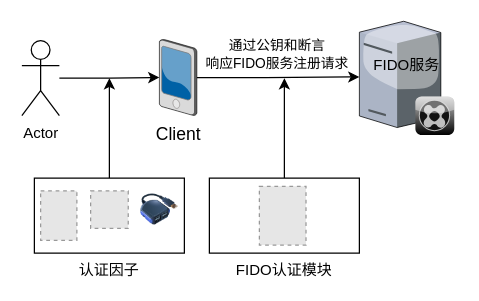
mobof/Koal keeps this draw.io diagram as FIDO认证架构视图.drawio. Above is the earlier version. Source tidied: cells renumbered, new cells numbered last; positions are measured from the earlier drawing's top-left corner, leaving out a move shared by most shapes. Both pictures are drawn from the tidied source at 125%, with x=0, y=0 at pixel (21, 20). Pictures stored in the file or linked from it are replaced by grey dashed boxes.
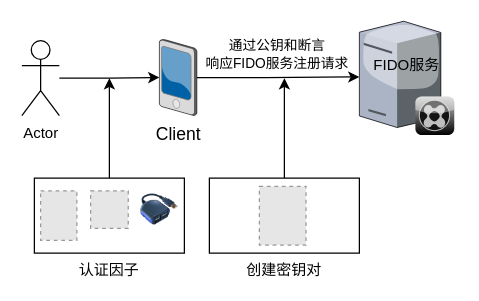
The same diagram, later.

Commit message (it also covers changes not shown here):
Update FIDO认证架构视图.drawio

The edit, as a diff of the source:
```diff
@@
-    <mxCell id="15" value="FIDO认证模块" style="rounded=0;whiteSpace=wrap;html=1;labelPosition=center;verticalLabelPosition=bottom;align=center;verticalAlign=top;" parent="1" vertex="1">
+    <mxCell id="15" value="创建密钥对" style="rounded=0;whiteSpace=wrap;html=1;labelPosition=center;verticalLabelPosition=bottom;align=center;verticalAlign=top;" parent="1" vertex="1">
       <mxGeometry x="150" y="126" width="120" height="60" as="geometry" />
     </mxCell>
```
